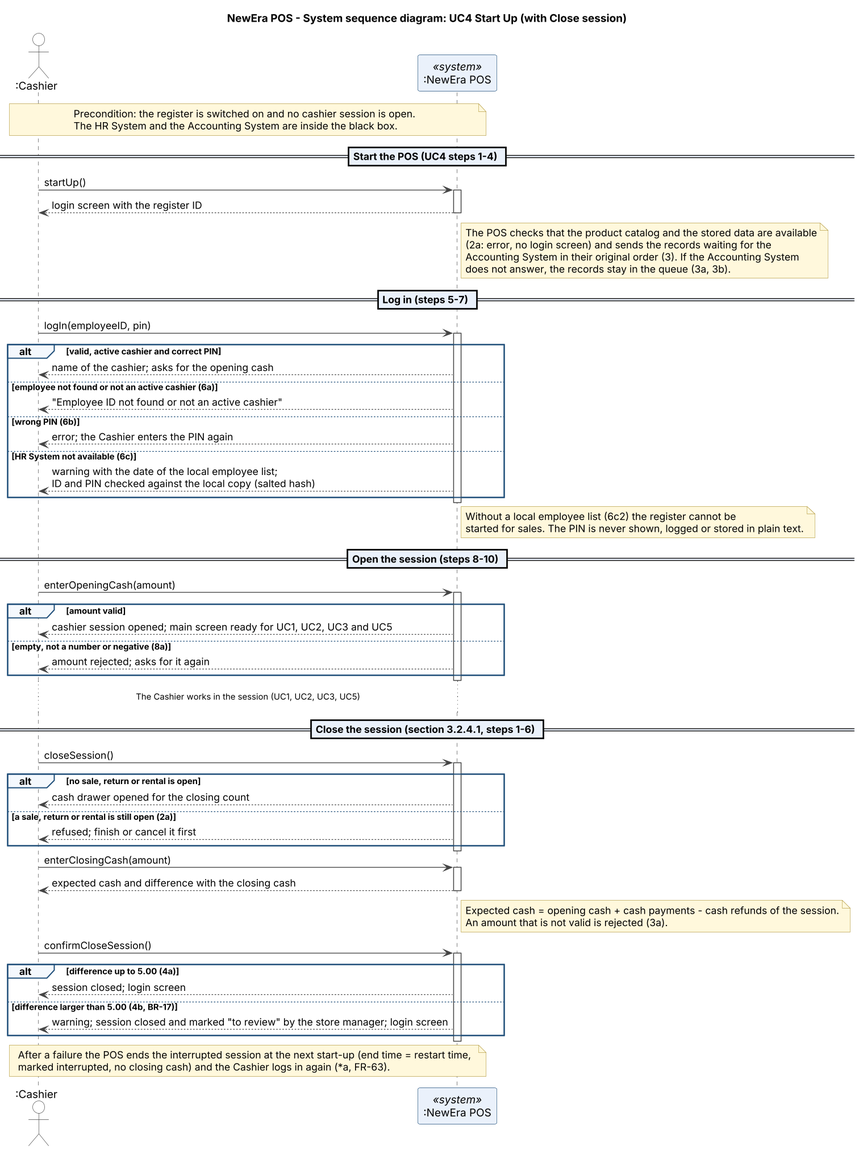
This is assets/ssd_uc4.png from bhsei/26D, a PlantUML export, as it was before one commit. Its diagram source:
```plantuml
@startuml

skinparam shadowing false
skinparam dpi 130
skinparam defaultFontName Arial
skinparam ArrowColor #444444
skinparam SequenceLifeLineBorderColor #444444
skinparam ParticipantBorderColor #1F4E79
skinparam ParticipantBackgroundColor #EAF1FB
skinparam ActorBorderColor #444444
skinparam ActorBackgroundColor #FFFFFF
skinparam SequenceGroupBackgroundColor #F4F8FD
skinparam SequenceGroupBorderColor #1F4E79
skinparam SequenceDividerBackgroundColor #EAF1FB
skinparam NoteBackgroundColor #FFF8DC
skinparam NoteBorderColor #B8A04A
skinparam responseMessageBelowArrow true

title NewEra POS - System sequence diagram: UC4 Start Up (with Close session)

actor ":Cashier" as Cashier
participant ":NewEra POS" as POS <<system>>

note over Cashier, POS
  Precondition: the register is switched on and no cashier session is open.
  The HR System and the Accounting System are inside the black box.
end note

== Start the POS (UC4 steps 1-4) ==
Cashier -> POS : startUp()
activate POS
POS --> Cashier : login screen with the register ID
deactivate POS
note right of POS
  The POS checks that the product catalog and the stored data are available
  (2a: error, no login screen) and sends the records waiting for the
  Accounting System in their original order (3). If the Accounting System
  does not answer, the records stay in the queue (3a, 3b).
end note

== Log in (steps 5-7) ==
Cashier -> POS : logIn(employeeID, pin)
activate POS
alt valid, active cashier and correct PIN
  POS --> Cashier : name of the cashier; asks for the opening cash
else employee not found or not an active cashier (6a)
  POS --> Cashier : "Employee ID not found or not an active cashier"
else wrong PIN (6b)
  POS --> Cashier : error; the Cashier enters the PIN again
else HR System not available (6c)
  POS --> Cashier : warning with the date of the local employee list;\nID and PIN checked against the local copy (salted hash)
end
deactivate POS
note right of POS
  Without a local employee list (6c2) the register cannot be
  started for sales. The PIN is never shown, logged or stored in plain text.
end note

== Open the session (steps 8-10) ==
Cashier -> POS : enterOpeningCash(amount)
activate POS
alt amount valid
  POS --> Cashier : cashier session opened; main screen ready for UC1, UC2, UC3 and UC5
else empty, not a number or negative (8a)
  POS --> Cashier : amount rejected; asks for it again
end
deactivate POS

... The Cashier works in the session (UC1, UC2, UC3, UC5) ...

== Close the session (section 3.2.4.1, steps 1-6) ==
Cashier -> POS : closeSession()
activate POS
alt no sale, return or rental is open
  POS --> Cashier : cash drawer opened for the closing count
else a sale, return or rental is still open (2a)
  POS --> Cashier : refused; finish or cancel it first
end
deactivate POS
Cashier -> POS : enterClosingCash(amount)
activate POS
POS --> Cashier : expected cash and difference with the closing cash
deactivate POS
note right of POS
  Expected cash = opening cash + cash payments - cash refunds of the session.
  An amount that is not valid is rejected (3a).
end note
Cashier -> POS : confirmCloseSession()
activate POS
alt difference up to 5.00 (4a)
  POS --> Cashier : session closed; login screen
else difference larger than 5.00 (4b, BR-17)
  POS --> Cashier : warning; session closed and marked "to review" by the store manager; login screen
end
deactivate POS

note over Cashier, POS
  After a failure the POS ends the interrupted session at the next start-up (end time = restart time,
  marked interrupted, no closing cash) and the Cashier logs in again (*a, FR-63).
end note
@enduml
```
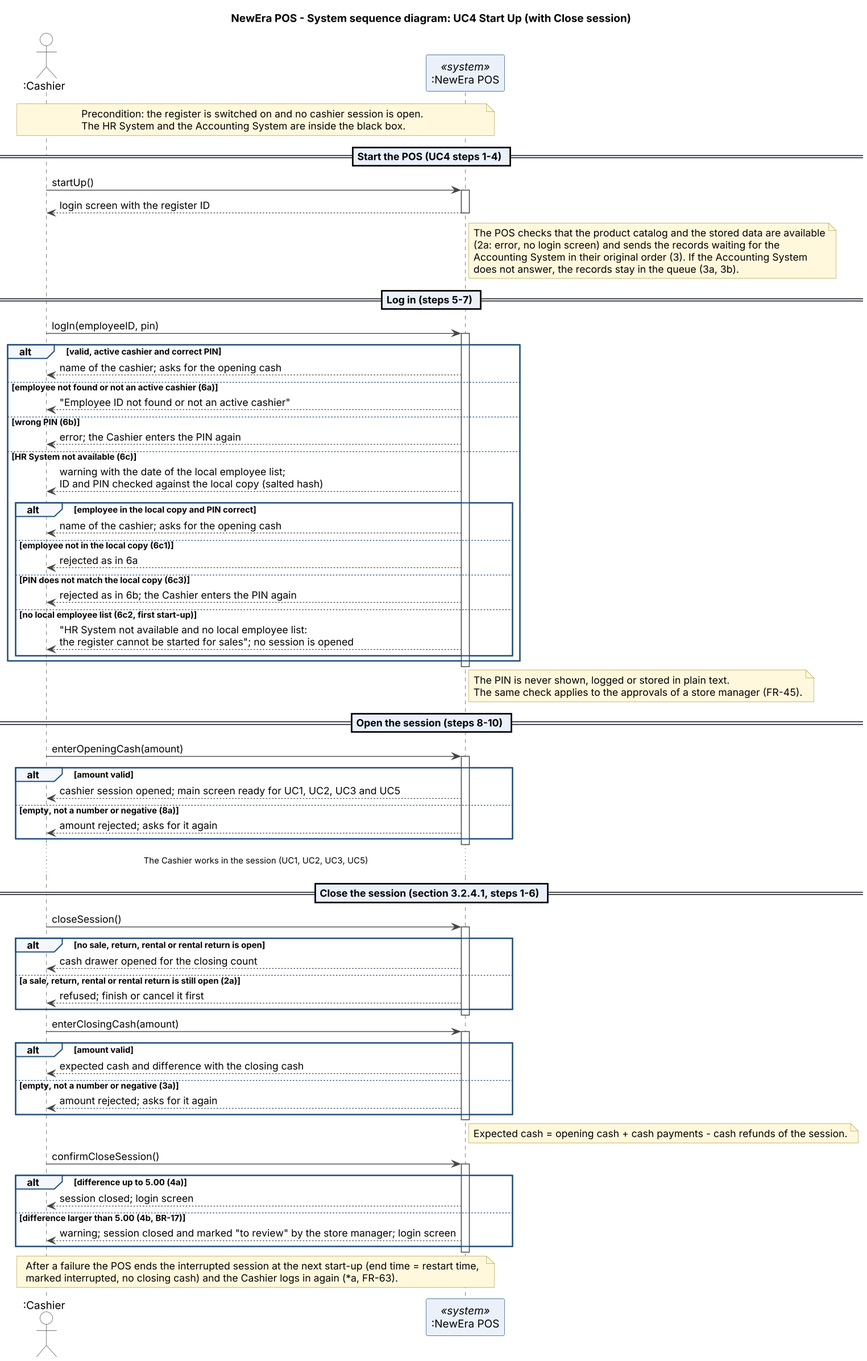
The same file after the commit.

Commit message:
W9 - System sequence diagrams v0.8; outcomes of 6c, 3a and 7b, rental return in closeSession, manager in confirmSessionReview (#54, comments 1 to 6)

Change to the diagram source:
```diff
@@ -49,11 +49,20 @@
   POS --> Cashier : error; the Cashier enters the PIN again
 else HR System not available (6c)
   POS --> Cashier : warning with the date of the local employee list;\nID and PIN checked against the local copy (salted hash)
+  alt employee in the local copy and PIN correct
+    POS --> Cashier : name of the cashier; asks for the opening cash
+  else employee not in the local copy (6c1)
+    POS --> Cashier : rejected as in 6a
+  else PIN does not match the local copy (6c3)
+    POS --> Cashier : rejected as in 6b; the Cashier enters the PIN again
+  else no local employee list (6c2, first start-up)
+    POS --> Cashier : "HR System not available and no local employee list:\nthe register cannot be started for sales"; no session is opened
+  end
 end
 deactivate POS
 note right of POS
-  Without a local employee list (6c2) the register cannot be
-  started for sales. The PIN is never shown, logged or stored in plain text.
+  The PIN is never shown, logged or stored in plain text.
+  The same check applies to the approvals of a store manager (FR-45).
 end note
 
 == Open the session (steps 8-10) ==
@@ -71,19 +80,22 @@
 == Close the session (section 3.2.4.1, steps 1-6) ==
 Cashier -> POS : closeSession()
 activate POS
-alt no sale, return or rental is open
+alt no sale, return, rental or rental return is open
   POS --> Cashier : cash drawer opened for the closing count
-else a sale, return or rental is still open (2a)
+else a sale, return, rental or rental return is still open (2a)
   POS --> Cashier : refused; finish or cancel it first
 end
 deactivate POS
 Cashier -> POS : enterClosingCash(amount)
 activate POS
-POS --> Cashier : expected cash and difference with the closing cash
+alt amount valid
+  POS --> Cashier : expected cash and difference with the closing cash
+else empty, not a number or negative (3a)
+  POS --> Cashier : amount rejected; asks for it again
+end
 deactivate POS
 note right of POS
   Expected cash = opening cash + cash payments - cash refunds of the session.
-  An amount that is not valid is rejected (3a).
 end note
 Cashier -> POS : confirmCloseSession()
 activate POS
```
